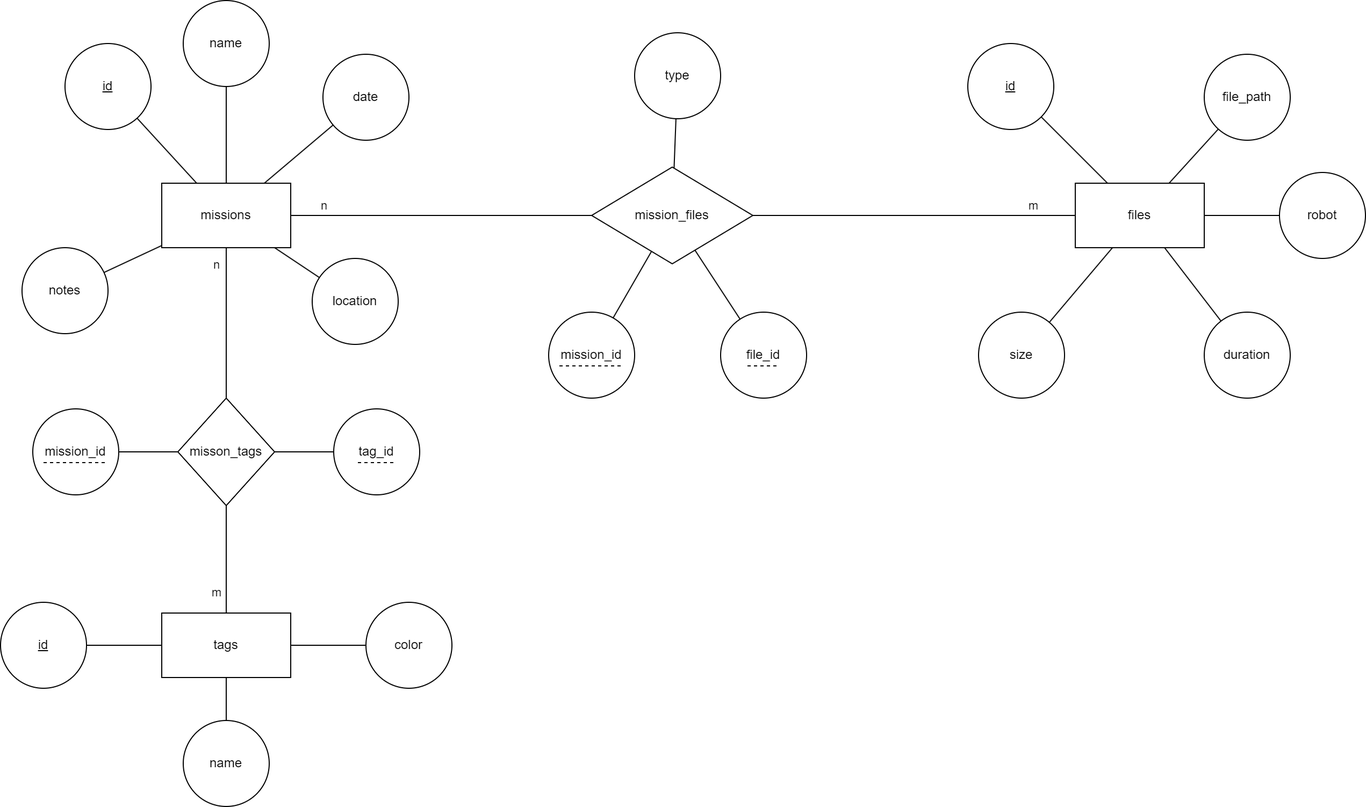
The draw.io diagram docs/db_scheme/db_scheme_er_diagram.png in brendel-group/mission_db, before a commit. Source tidied: cells renumbered, new cells last; positions are measured from the earlier drawing's top-left corner, leaving out a move shared by most shapes.
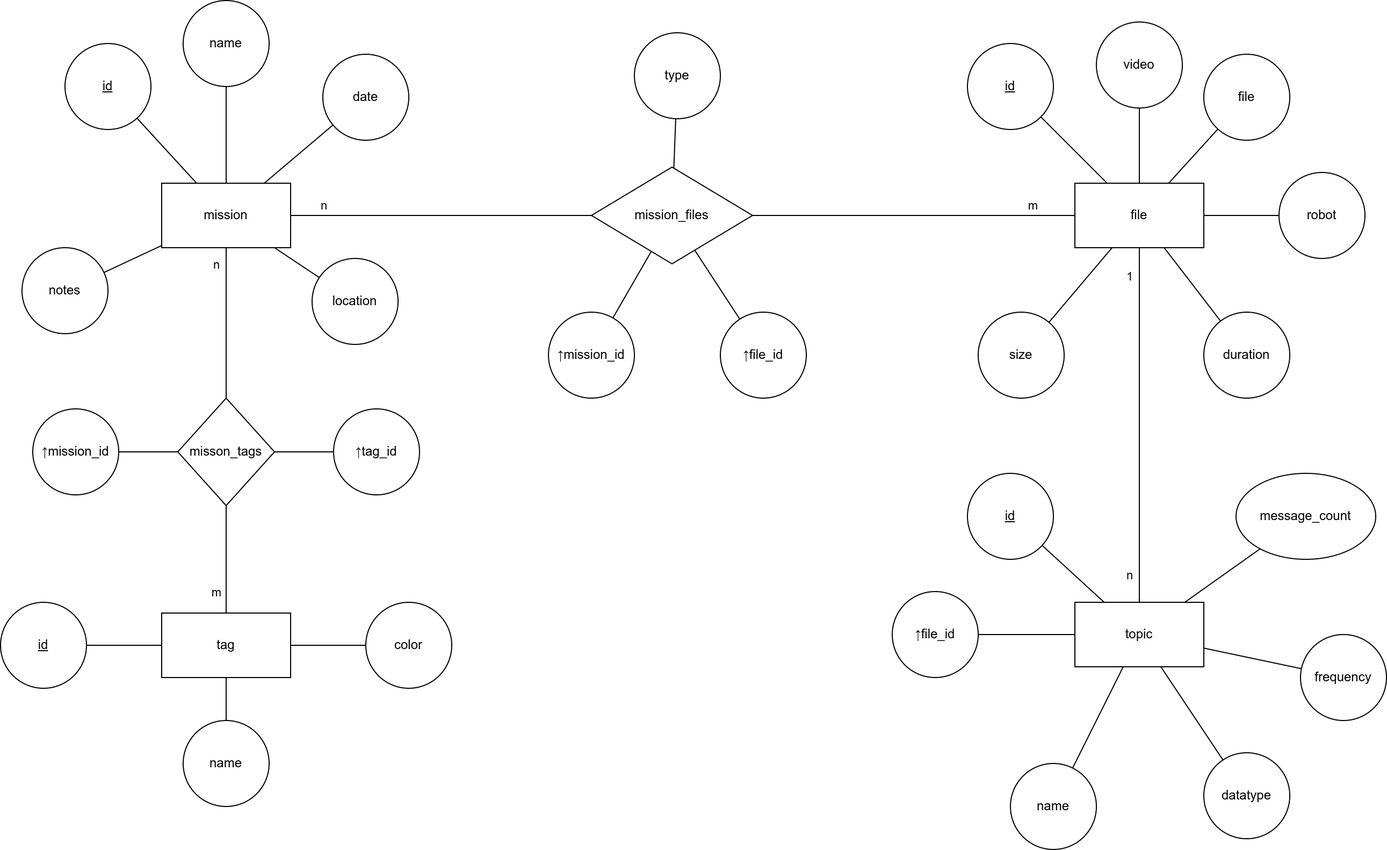
The same diagram one commit later.

Diff of the diagram source:
```diff
@@ -36,7 +36,7 @@
         <mxPoint x="-12" y="-43" as="offset" />
       </mxGeometry>
     </mxCell>
-    <mxCell id="12" value="missions" style="rounded=0;whiteSpace=wrap;html=1;" parent="1" vertex="1">
+    <mxCell id="12" value="mission" style="rounded=0;whiteSpace=wrap;html=1;" parent="1" vertex="1">
       <mxGeometry x="150" y="170" width="120" height="60" as="geometry" />
     </mxCell>
     <mxCell id="13" style="edgeStyle=none;shape=connector;rounded=0;jettySize=auto;html=1;strokeColor=default;align=center;verticalAlign=middle;fontFamily=Helvetica;fontSize=11;fontColor=default;labelBackgroundColor=default;endArrow=none;" parent="1" edge="1" source="19" target="27">
@@ -59,7 +59,23 @@
     <mxCell id="18" style="edgeStyle=none;shape=connector;rounded=0;jettySize=auto;html=1;strokeColor=default;align=center;verticalAlign=middle;fontFamily=Helvetica;fontSize=11;fontColor=default;labelBackgroundColor=default;endArrow=none;" parent="1" edge="1" source="19" target="33">
       <mxGeometry relative="1" as="geometry" />
     </mxCell>
+    <mxCell id="59" style="edgeStyle=none;shape=connector;rounded=0;jettySize=auto;html=1;labelBackgroundColor=default;strokeColor=default;align=center;verticalAlign=middle;fontFamily=Helvetica;fontSize=11;fontColor=default;endArrow=none;" parent="1" edge="1" source="19" target="69">
+      <mxGeometry relative="1" as="geometry" />
+    </mxCell>
+    <mxCell id="60" value="n" style="edgeLabel;html=1;align=center;verticalAlign=middle;fontSize=11;fontFamily=Helvetica;fontColor=default;" parent="59" vertex="1">
+      <mxGeometry x="0.83" y="1" relative="1" as="geometry">
+        <mxPoint x="-11" y="2" as="offset" />
+      </mxGeometry>
+    </mxCell>
+    <mxCell id="61" value="1" style="edgeLabel;html=1;align=center;verticalAlign=middle;fontSize=11;fontFamily=Helvetica;fontColor=default;" parent="59" vertex="1">
+      <mxGeometry x="-0.85" y="1" relative="1" as="geometry">
+        <mxPoint x="-11" as="offset" />
+      </mxGeometry>
+    </mxCell>
+    <mxCell id="62" style="edgeStyle=none;shape=connector;rounded=0;jettySize=auto;html=1;labelBackgroundColor=default;strokeColor=default;align=center;verticalAlign=middle;fontFamily=Helvetica;fontSize=11;fontColor=default;endArrow=none;" parent="1" edge="1" source="19" target="76">
+      <mxGeometry relative="1" as="geometry" />
+    </mxCell>
-    <mxCell id="19" value="files" style="rounded=0;whiteSpace=wrap;html=1;" parent="1" vertex="1">
+    <mxCell id="19" value="file" style="rounded=0;whiteSpace=wrap;html=1;" parent="1" vertex="1">
       <mxGeometry x="1000" y="170" width="120" height="60" as="geometry" />
     </mxCell>
     <mxCell id="20" value="name" style="ellipse;whiteSpace=wrap;html=1;rounded=0;" parent="1" vertex="1">
@@ -98,7 +114,7 @@
     <mxCell id="31" value="duration" style="ellipse;whiteSpace=wrap;html=1;rounded=0;" parent="1" vertex="1">
       <mxGeometry x="1120" y="290" width="80" height="80" as="geometry" />
     </mxCell>
-    <mxCell id="32" value="file_path" style="ellipse;whiteSpace=wrap;html=1;rounded=0;" parent="1" vertex="1">
+    <mxCell id="32" value="file" style="ellipse;whiteSpace=wrap;html=1;rounded=0;" parent="1" vertex="1">
       <mxGeometry x="1120" y="50" width="80" height="80" as="geometry" />
     </mxCell>
     <mxCell id="33" value="size" style="ellipse;whiteSpace=wrap;html=1;rounded=0;" parent="1" vertex="1">
@@ -110,27 +126,15 @@
     <mxCell id="35" style="group;" parent="1" vertex="1">
       <mxGeometry x="670" y="290" width="80" height="80" as="geometry" />
     </mxCell>
-    <mxCell id="36" value="file_id" style="ellipse;whiteSpace=wrap;html=1;rounded=0;" parent="35" vertex="1">
+    <mxCell id="36" value="↑file_id" style="ellipse;whiteSpace=wrap;html=1;rounded=0;" parent="35" vertex="1">
       <mxGeometry width="80" height="80" as="geometry" />
     </mxCell>
-    <mxCell id="37" style="endArrow=none;dashed=1;html=1;rounded=0;strokeColor=default;align=center;verticalAlign=middle;fontFamily=Helvetica;fontSize=11;fontColor=default;labelBackgroundColor=default;" parent="35" edge="1">
-      <mxGeometry relative="1" as="geometry">
-        <mxPoint x="25" y="50" as="sourcePoint" />
-        <mxPoint x="55" y="50" as="targetPoint" />
-      </mxGeometry>
-    </mxCell>
     <mxCell id="38" style="group;" parent="1" vertex="1">
       <mxGeometry x="510" y="290" width="80" height="80" as="geometry" />
     </mxCell>
-    <mxCell id="39" value="mission_id" style="ellipse;whiteSpace=wrap;html=1;rounded=0;" parent="38" vertex="1">
+    <mxCell id="39" value="↑mission_id" style="ellipse;whiteSpace=wrap;html=1;rounded=0;" parent="38" vertex="1">
       <mxGeometry width="80" height="80" as="geometry" />
     </mxCell>
-    <mxCell id="40" style="endArrow=none;dashed=1;html=1;rounded=0;strokeColor=default;align=center;verticalAlign=middle;fontFamily=Helvetica;fontSize=11;fontColor=default;labelBackgroundColor=default;" parent="38" edge="1">
-      <mxGeometry relative="1" as="geometry">
-        <mxPoint x="10" y="50" as="sourcePoint" />
-        <mxPoint x="70" y="50" as="targetPoint" />
-      </mxGeometry>
-    </mxCell>
     <mxCell id="41" style="edgeStyle=none;shape=connector;rounded=0;jettySize=auto;html=1;labelBackgroundColor=default;strokeColor=default;align=center;verticalAlign=middle;fontFamily=Helvetica;fontSize=11;fontColor=default;endArrow=none;" parent="1" edge="1" source="45" target="49">
       <mxGeometry relative="1" as="geometry" />
     </mxCell>
@@ -157,7 +161,7 @@
     <mxCell id="48" style="edgeStyle=none;shape=connector;rounded=0;jettySize=auto;html=1;labelBackgroundColor=default;strokeColor=default;align=center;verticalAlign=middle;fontFamily=Helvetica;fontSize=11;fontColor=default;endArrow=none;" parent="1" edge="1" source="49" target="58">
       <mxGeometry relative="1" as="geometry" />
     </mxCell>
-    <mxCell id="49" value="tags" style="whiteSpace=wrap;html=1;rounded=0;" parent="1" vertex="1">
+    <mxCell id="49" value="tag" style="whiteSpace=wrap;html=1;rounded=0;" parent="1" vertex="1">
       <mxGeometry x="150" y="570" width="120" height="60" as="geometry" />
     </mxCell>
     <mxCell id="50" value="&lt;u&gt;id&lt;/u&gt;" style="ellipse;whiteSpace=wrap;html=1;rounded=0;" parent="1" vertex="1">
@@ -169,29 +173,59 @@
     <mxCell id="52" style="group;" parent="1" vertex="1">
       <mxGeometry x="30" y="380" width="80" height="80" as="geometry" />
     </mxCell>
-    <mxCell id="53" value="mission_id" style="ellipse;whiteSpace=wrap;html=1;rounded=0;" parent="52" vertex="1">
+    <mxCell id="53" value="↑mission_id" style="ellipse;whiteSpace=wrap;html=1;rounded=0;" parent="52" vertex="1">
       <mxGeometry width="80" height="80" as="geometry" />
     </mxCell>
-    <mxCell id="54" style="endArrow=none;dashed=1;html=1;rounded=0;labelBackgroundColor=default;strokeColor=default;align=center;verticalAlign=middle;fontFamily=Helvetica;fontSize=11;fontColor=default;shape=connector;" parent="52" edge="1">
-      <mxGeometry relative="1" as="geometry">
-        <mxPoint x="10" y="50" as="sourcePoint" />
-        <mxPoint x="70" y="50" as="targetPoint" />
-      </mxGeometry>
-    </mxCell>
     <mxCell id="55" style="group;" parent="1" vertex="1">
       <mxGeometry x="310" y="380" width="80" height="80" as="geometry" />
     </mxCell>
-    <mxCell id="56" value="tag_id" style="ellipse;whiteSpace=wrap;html=1;rounded=0;" parent="55" vertex="1">
+    <mxCell id="56" value="↑tag_id" style="ellipse;whiteSpace=wrap;html=1;rounded=0;" parent="55" vertex="1">
       <mxGeometry width="80" height="80" as="geometry" />
     </mxCell>
-    <mxCell id="57" style="endArrow=none;dashed=1;html=1;rounded=0;labelBackgroundColor=default;strokeColor=default;align=center;verticalAlign=middle;fontFamily=Helvetica;fontSize=11;fontColor=default;shape=connector;" parent="55" edge="1">
-      <mxGeometry relative="1" as="geometry">
-        <mxPoint x="22.5" y="50" as="sourcePoint" />
-        <mxPoint x="57.5" y="50" as="targetPoint" />
-      </mxGeometry>
-    </mxCell>
     <mxCell id="58" value="color" style="ellipse;whiteSpace=wrap;html=1;rounded=0;" parent="1" vertex="1">
       <mxGeometry x="340" y="560" width="80" height="80" as="geometry" />
     </mxCell>
+    <mxCell id="63" style="edgeStyle=none;shape=connector;rounded=0;jettySize=auto;html=1;labelBackgroundColor=default;strokeColor=default;align=center;verticalAlign=middle;fontFamily=Helvetica;fontSize=11;fontColor=default;endArrow=none;" parent="1" edge="1" source="69" target="70">
+      <mxGeometry relative="1" as="geometry" />
+    </mxCell>
+    <mxCell id="64" style="edgeStyle=none;shape=connector;rounded=0;jettySize=auto;html=1;labelBackgroundColor=default;strokeColor=default;align=center;verticalAlign=middle;fontFamily=Helvetica;fontSize=11;fontColor=default;endArrow=none;" parent="1" edge="1" source="69" target="71">
+      <mxGeometry relative="1" as="geometry" />
+    </mxCell>
+    <mxCell id="65" style="edgeStyle=none;shape=connector;rounded=0;jettySize=auto;html=1;labelBackgroundColor=default;strokeColor=default;align=center;verticalAlign=middle;fontFamily=Helvetica;fontSize=11;fontColor=default;endArrow=none;" parent="1" edge="1" source="69" target="72">
+      <mxGeometry relative="1" as="geometry" />
+    </mxCell>
+    <mxCell id="66" style="edgeStyle=none;shape=connector;rounded=0;jettySize=auto;html=1;labelBackgroundColor=default;strokeColor=default;align=center;verticalAlign=middle;fontFamily=Helvetica;fontSize=11;fontColor=default;endArrow=none;" parent="1" edge="1" source="69" target="73">
+      <mxGeometry relative="1" as="geometry" />
+    </mxCell>
+    <mxCell id="67" style="edgeStyle=none;shape=connector;rounded=0;jettySize=auto;html=1;labelBackgroundColor=default;strokeColor=default;align=center;verticalAlign=middle;fontFamily=Helvetica;fontSize=11;fontColor=default;endArrow=none;" parent="1" edge="1" source="69" target="74">
+      <mxGeometry relative="1" as="geometry" />
+    </mxCell>
+    <mxCell id="68" style="edgeStyle=none;shape=connector;rounded=0;jettySize=auto;html=1;labelBackgroundColor=default;strokeColor=default;align=center;verticalAlign=middle;fontFamily=Helvetica;fontSize=11;fontColor=default;endArrow=none;" parent="1" edge="1" source="69" target="75">
+      <mxGeometry relative="1" as="geometry" />
+    </mxCell>
+    <mxCell id="69" value="topic" style="rounded=0;whiteSpace=wrap;html=1;" parent="1" vertex="1">
+      <mxGeometry x="1000" y="560" width="120" height="60" as="geometry" />
+    </mxCell>
+    <mxCell id="70" value="&lt;u&gt;id&lt;/u&gt;" style="ellipse;whiteSpace=wrap;html=1;rounded=0;" parent="1" vertex="1">
+      <mxGeometry x="900" y="440" width="80" height="80" as="geometry" />
+    </mxCell>
+    <mxCell id="71" value="↑file_id" style="ellipse;whiteSpace=wrap;html=1;rounded=0;" parent="1" vertex="1">
+      <mxGeometry x="830" y="550" width="80" height="80" as="geometry" />
+    </mxCell>
+    <mxCell id="72" value="name" style="ellipse;whiteSpace=wrap;html=1;rounded=0;" parent="1" vertex="1">
+      <mxGeometry x="940" y="710" width="80" height="80" as="geometry" />
+    </mxCell>
+    <mxCell id="73" value="datatype" style="ellipse;whiteSpace=wrap;html=1;rounded=0;" parent="1" vertex="1">
+      <mxGeometry x="1120" y="700" width="80" height="80" as="geometry" />
+    </mxCell>
+    <mxCell id="74" value="message_count" style="ellipse;whiteSpace=wrap;html=1;rounded=0;" parent="1" vertex="1">
+      <mxGeometry x="1150" y="440" width="130" height="80" as="geometry" />
+    </mxCell>
+    <mxCell id="75" value="frequency" style="ellipse;whiteSpace=wrap;html=1;rounded=0;" parent="1" vertex="1">
+      <mxGeometry x="1210" y="590" width="80" height="80" as="geometry" />
+    </mxCell>
+    <mxCell id="76" value="video" style="ellipse;whiteSpace=wrap;html=1;rounded=0;" parent="1" vertex="1">
+      <mxGeometry x="1020" y="20" width="80" height="80" as="geometry" />
+    </mxCell>
   </root>
 </mxGraphModel>
```
